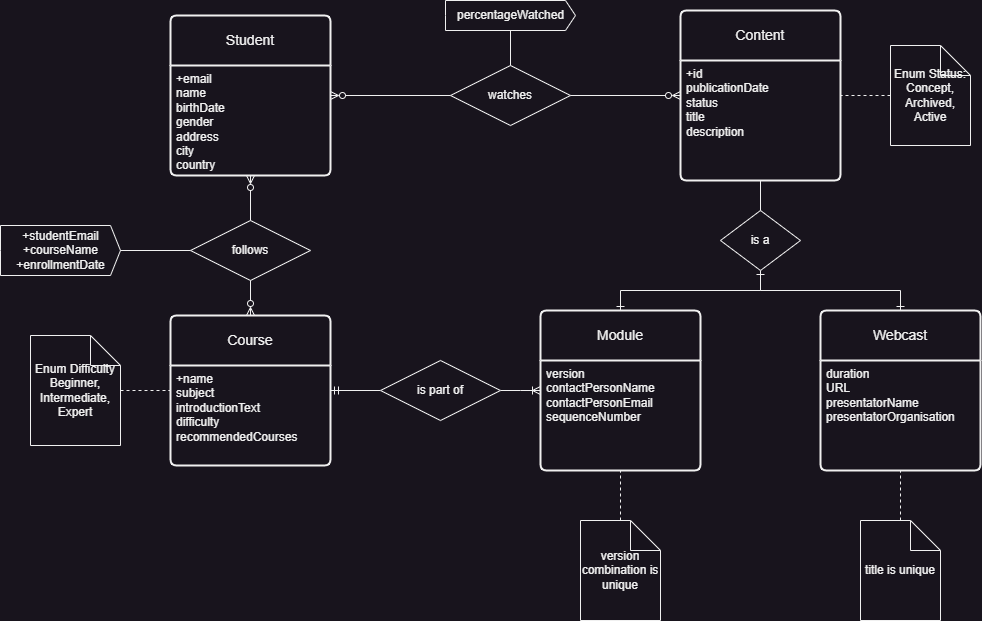
Before: assets/images/ERD_AcademyOfCode.drawio.png, a diagram exported from draw.io (StanTeurlings/AcademyOfCode). Source tidied: cells renumbered, new cells last; positions are measured from the earlier drawing's top-left corner, leaving out a move shared by most shapes. Source of this version:
```xml
<mxGraphModel>
  <root>
    <mxCell id="0" />
    <mxCell id="1" parent="0" />
    <mxCell id="2" value="Webcast" style="swimlane;horizontal=1;startSize=50;rounded=1;fontSize=14;fontStyle=0;strokeWidth=2;shadow=0;dashed=0;align=center;arcSize=4;whiteSpace=wrap;html=1;" parent="1" vertex="1">
      <mxGeometry x="820" y="310" width="160" height="160" as="geometry" />
    </mxCell>
    <mxCell id="3" value="&lt;div&gt;duration&lt;/div&gt;&lt;div&gt;URL&lt;/div&gt;&lt;div&gt;presentatorName&lt;/div&gt;&lt;div&gt;presentatorOrganisation&lt;/div&gt;" style="align=left;strokeColor=none;fillColor=none;spacingLeft=4;fontSize=12;verticalAlign=top;html=1;" parent="2" vertex="1">
      <mxGeometry y="50" width="160" height="110" as="geometry" />
    </mxCell>
    <mxCell id="4" style="edgeStyle=orthogonalEdgeStyle;rounded=0;jettySize=auto;html=1;endArrow=ERoneToMany;endFill=0;startArrow=none;startFill=0;" parent="1" edge="1" source="27" target="9">
      <mxGeometry relative="1" as="geometry">
        <Array as="points">
          <mxPoint x="520" y="390" />
          <mxPoint x="520" y="390" />
        </Array>
      </mxGeometry>
    </mxCell>
    <mxCell id="5" value="Course" style="swimlane;horizontal=1;startSize=50;rounded=1;fontSize=14;fontStyle=0;strokeWidth=2;shadow=0;dashed=0;align=center;arcSize=4;whiteSpace=wrap;html=1;" parent="1" vertex="1">
      <mxGeometry x="170" y="315" width="160" height="150" as="geometry" />
    </mxCell>
    <mxCell id="6" value="+name&lt;div&gt;subject&lt;/div&gt;&lt;div&gt;introductionText&lt;/div&gt;&lt;div&gt;difficulty&lt;/div&gt;&lt;div&gt;recommendedCourses&lt;/div&gt;" style="align=left;strokeColor=none;fillColor=none;spacingLeft=4;fontSize=12;verticalAlign=top;html=1;" parent="5" vertex="1">
      <mxGeometry y="50" width="160" height="100" as="geometry" />
    </mxCell>
    <mxCell id="7" value="Content" style="swimlane;horizontal=1;startSize=50;rounded=1;fontSize=14;fontStyle=0;strokeWidth=2;shadow=0;dashed=0;align=center;arcSize=4;whiteSpace=wrap;html=1;" parent="1" vertex="1">
      <mxGeometry x="680" y="10" width="160" height="170" as="geometry" />
    </mxCell>
    <mxCell id="8" value="+id&lt;div&gt;publicationDate&lt;/div&gt;&lt;div&gt;status&lt;/div&gt;&lt;div&gt;title&lt;br&gt;&lt;/div&gt;&lt;div&gt;description&lt;br&gt;&lt;/div&gt;" style="align=left;strokeColor=none;fillColor=none;spacingLeft=4;fontSize=12;verticalAlign=top;html=1;" parent="7" vertex="1">
      <mxGeometry y="50" width="160" height="120" as="geometry" />
    </mxCell>
    <mxCell id="9" value="Module" style="swimlane;horizontal=1;startSize=50;rounded=1;fontSize=14;fontStyle=0;strokeWidth=2;shadow=0;dashed=0;align=center;arcSize=4;whiteSpace=wrap;html=1;" parent="1" vertex="1">
      <mxGeometry x="540" y="310" width="160" height="160" as="geometry" />
    </mxCell>
    <mxCell id="10" value="version&lt;div&gt;contactPersonName&lt;/div&gt;&lt;div&gt;contactPersonEmail&lt;/div&gt;&lt;div&gt;sequenceNumber&lt;/div&gt;" style="align=left;strokeColor=none;fillColor=none;spacingLeft=4;fontSize=12;verticalAlign=top;html=1;" parent="9" vertex="1">
      <mxGeometry y="50" width="160" height="110" as="geometry" />
    </mxCell>
    <mxCell id="11" style="edgeStyle=orthogonalEdgeStyle;rounded=0;jettySize=auto;html=1;endArrow=ERone;endFill=0;exitX=0.5;exitY=1;exitDx=0;exitDy=0;" parent="1" edge="1" source="13" target="2">
      <mxGeometry relative="1" as="geometry" />
    </mxCell>
    <mxCell id="12" style="edgeStyle=orthogonalEdgeStyle;rounded=0;jettySize=auto;html=1;endArrow=ERone;endFill=0;startArrow=ERone;startFill=0;exitX=0.5;exitY=1;exitDx=0;exitDy=0;" parent="1" edge="1" source="13" target="9">
      <mxGeometry relative="1" as="geometry" />
    </mxCell>
    <mxCell id="13" value="is a" style="shape=rhombus;perimeter=rhombusPerimeter;whiteSpace=wrap;html=1;align=center;" parent="1" vertex="1">
      <mxGeometry x="720" y="210" width="80" height="60" as="geometry" />
    </mxCell>
    <mxCell id="14" style="edgeStyle=orthogonalEdgeStyle;rounded=0;jettySize=auto;html=1;endArrow=none;endFill=0;" parent="1" edge="1" source="8" target="13">
      <mxGeometry relative="1" as="geometry" />
    </mxCell>
    <mxCell id="15" style="edgeStyle=orthogonalEdgeStyle;rounded=0;jettySize=auto;html=1;dashed=1;endArrow=none;endFill=0;" parent="1" edge="1" source="16" target="7">
      <mxGeometry relative="1" as="geometry" />
    </mxCell>
    <mxCell id="16" value="&lt;div&gt;Enum Status:&lt;/div&gt;Concept,&lt;div&gt;Archived,&lt;/div&gt;&lt;div&gt;Active&lt;/div&gt;" style="shape=note;whiteSpace=wrap;html=1;backgroundOutline=1;darkOpacity=0.05;" parent="1" vertex="1">
      <mxGeometry x="890" y="45" width="80" height="100" as="geometry" />
    </mxCell>
    <mxCell id="17" style="edgeStyle=orthogonalEdgeStyle;rounded=0;jettySize=auto;html=1;endArrow=none;endFill=0;dashed=1;" parent="1" edge="1" source="18" target="5">
      <mxGeometry relative="1" as="geometry" />
    </mxCell>
    <mxCell id="18" value="&lt;div&gt;Enum&amp;nbsp;&lt;span style=&quot;background-color: initial;&quot;&gt;Difficulty&lt;/span&gt;&lt;/div&gt;Beginner,&lt;div&gt;Intermediate,&lt;/div&gt;&lt;div&gt;Expert&lt;/div&gt;" style="shape=note;whiteSpace=wrap;html=1;backgroundOutline=1;darkOpacity=0.05;" parent="1" vertex="1">
      <mxGeometry x="30" y="335" width="90" height="110" as="geometry" />
    </mxCell>
    <mxCell id="19" style="edgeStyle=orthogonalEdgeStyle;rounded=0;jettySize=auto;html=1;endArrow=ERzeroToMany;endFill=0;startArrow=ERzeroToMany;startFill=0;" parent="1" edge="1" source="21" target="7">
      <mxGeometry relative="1" as="geometry" />
    </mxCell>
    <mxCell id="20" style="edgeStyle=orthogonalEdgeStyle;rounded=0;jettySize=auto;html=1;endArrow=ERzeroToMany;endFill=0;startArrow=ERzeroToMany;startFill=0;" parent="1" edge="1" source="21" target="5">
      <mxGeometry relative="1" as="geometry" />
    </mxCell>
    <mxCell id="21" value="Student" style="swimlane;horizontal=1;startSize=50;rounded=1;fontSize=14;fontStyle=0;strokeWidth=2;shadow=0;dashed=0;align=center;arcSize=4;whiteSpace=wrap;html=1;" parent="1" vertex="1">
      <mxGeometry x="170" y="15" width="160" height="160" as="geometry" />
    </mxCell>
    <mxCell id="22" value="+email&lt;div&gt;name&lt;/div&gt;&lt;div&gt;birthDate&lt;/div&gt;&lt;div&gt;gender&lt;/div&gt;&lt;div&gt;address&lt;/div&gt;&lt;div&gt;city&lt;/div&gt;&lt;div&gt;country&lt;/div&gt;" style="align=left;strokeColor=none;fillColor=none;spacingLeft=4;fontSize=12;verticalAlign=top;html=1;" parent="21" vertex="1">
      <mxGeometry y="50" width="160" height="110" as="geometry" />
    </mxCell>
    <mxCell id="23" value="watches" style="shape=rhombus;perimeter=rhombusPerimeter;whiteSpace=wrap;html=1;align=center;" parent="1" vertex="1">
      <mxGeometry x="450" y="65" width="120" height="60" as="geometry" />
    </mxCell>
    <mxCell id="24" style="edgeStyle=orthogonalEdgeStyle;rounded=0;jettySize=auto;html=1;endArrow=none;endFill=0;" parent="1" edge="1" source="25" target="23">
      <mxGeometry relative="1" as="geometry" />
    </mxCell>
    <mxCell id="25" value="percentageWatched" style="html=1;shadow=0;dashed=0;align=center;verticalAlign=middle;shape=mxgraph.arrows2.arrow;dy=0;dx=10;notch=0;" parent="1" vertex="1">
      <mxGeometry x="445" width="130" height="30" as="geometry" />
    </mxCell>
    <mxCell id="26" style="edgeStyle=orthogonalEdgeStyle;rounded=0;jettySize=auto;html=1;endArrow=none;endFill=0;startArrow=ERmandOne;startFill=0;" parent="1" edge="1" source="5" target="27">
      <mxGeometry relative="1" as="geometry" />
    </mxCell>
    <mxCell id="27" value="is part of" style="shape=rhombus;perimeter=rhombusPerimeter;whiteSpace=wrap;html=1;align=center;" parent="1" vertex="1">
      <mxGeometry x="380" y="360" width="120" height="60" as="geometry" />
    </mxCell>
    <mxCell id="28" style="edgeStyle=orthogonalEdgeStyle;rounded=0;jettySize=auto;html=1;endArrow=none;endFill=0;" parent="1" edge="1" source="29" target="30">
      <mxGeometry relative="1" as="geometry" />
    </mxCell>
    <mxCell id="29" value="+studentEmail&lt;div&gt;+courseName&lt;/div&gt;&lt;div&gt;+enrollmentDate&lt;/div&gt;" style="html=1;shadow=0;dashed=0;align=center;verticalAlign=middle;shape=mxgraph.arrows2.arrow;dy=0;dx=10;notch=0;" parent="1" vertex="1">
      <mxGeometry y="225" width="120" height="50" as="geometry" />
    </mxCell>
    <mxCell id="30" value="follows" style="shape=rhombus;perimeter=rhombusPerimeter;whiteSpace=wrap;html=1;align=center;" parent="1" vertex="1">
      <mxGeometry x="190" y="220" width="120" height="60" as="geometry" />
    </mxCell>
    <mxCell id="31" style="edgeStyle=orthogonalEdgeStyle;rounded=0;jettySize=auto;html=1;dashed=1;endArrow=none;endFill=0;" parent="1" edge="1" source="32" target="2">
      <mxGeometry relative="1" as="geometry" />
    </mxCell>
    <mxCell id="32" value="title is unique" style="shape=note;whiteSpace=wrap;html=1;backgroundOutline=1;darkOpacity=0.05;" parent="1" vertex="1">
      <mxGeometry x="860" y="520" width="80" height="100" as="geometry" />
    </mxCell>
    <mxCell id="33" style="edgeStyle=orthogonalEdgeStyle;rounded=0;jettySize=auto;html=1;dashed=1;endArrow=none;endFill=0;" parent="1" edge="1" source="34" target="9">
      <mxGeometry relative="1" as="geometry" />
    </mxCell>
    <mxCell id="34" value="version combination is unique" style="shape=note;whiteSpace=wrap;html=1;backgroundOutline=1;darkOpacity=0.05;" parent="1" vertex="1">
      <mxGeometry x="580" y="520" width="80" height="100" as="geometry" />
    </mxCell>
  </root>
</mxGraphModel>
```
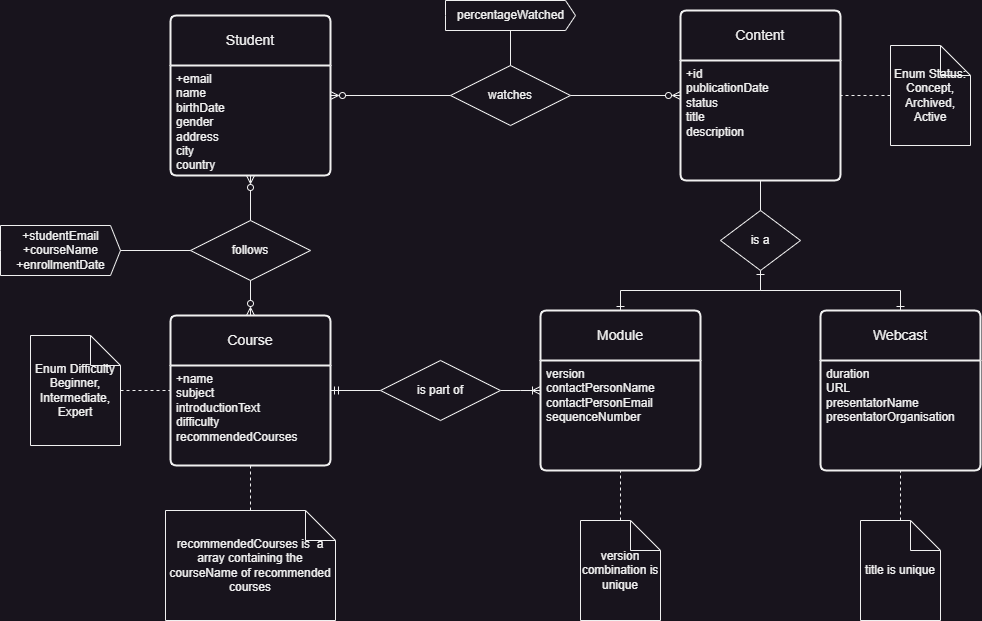
The same file after the commit.

The edit, as a diff of the source:
```diff
@@ -106,5 +106,11 @@
     <mxCell id="34" value="version combination is unique" style="shape=note;whiteSpace=wrap;html=1;backgroundOutline=1;darkOpacity=0.05;" parent="1" vertex="1">
       <mxGeometry x="580" y="520" width="80" height="100" as="geometry" />
     </mxCell>
+    <mxCell id="35" value="recommendedCourses is&amp;nbsp; a array containing the courseName of recommended courses" style="shape=note;whiteSpace=wrap;html=1;backgroundOutline=1;darkOpacity=0.05;" parent="1" vertex="1">
+      <mxGeometry x="165" y="510" width="170" height="110" as="geometry" />
+    </mxCell>
+    <mxCell id="36" style="edgeStyle=orthogonalEdgeStyle;rounded=0;jettySize=auto;html=1;endArrow=none;endFill=0;dashed=1;" parent="1" edge="1" source="6" target="35">
+      <mxGeometry relative="1" as="geometry" />
+    </mxCell>
   </root>
 </mxGraphModel>
```
